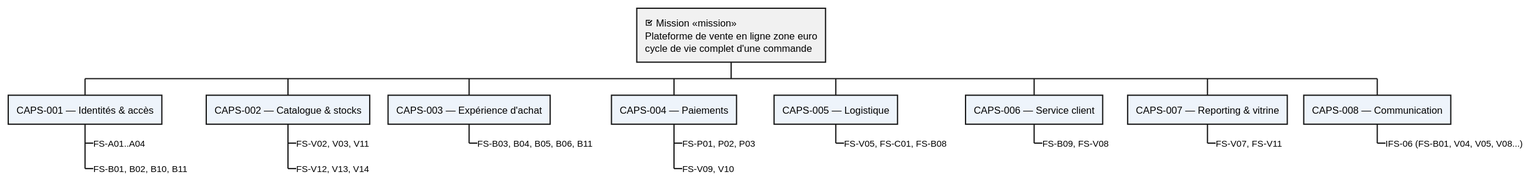
louistalvande/online_shop keeps this PlantUML diagram as architecture/02-system-analysis/diagrams/sa-mission-caps-functions.svg. Above is the earlier version.
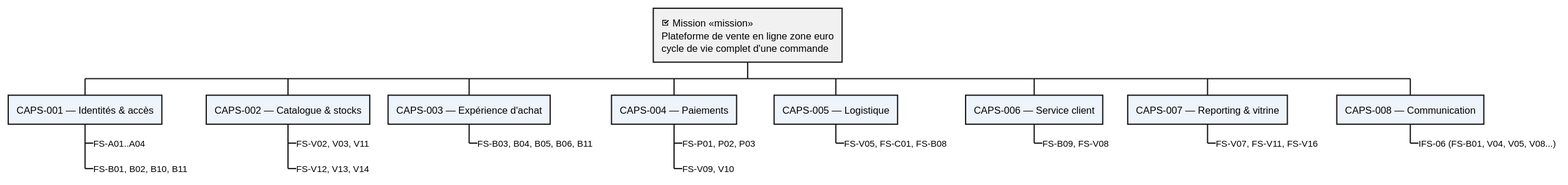
Above is the later version.

Diff of the diagram source:
```diff
@@ -39,7 +39,7 @@
 ***_ FS-B09, FS-V08 <<funcs>>
 
 ** CAPS-007 — Reporting & vitrine <<caps>>
-***_ FS-V07, FS-V11 <<funcs>>
+***_ FS-V07, FS-V11, FS-V16 <<funcs>>
 
 ** CAPS-008 — Communication <<caps>>
 ***_ IFS-06 (FS-B01, V04, V05, V08...) <<funcs>>
```
